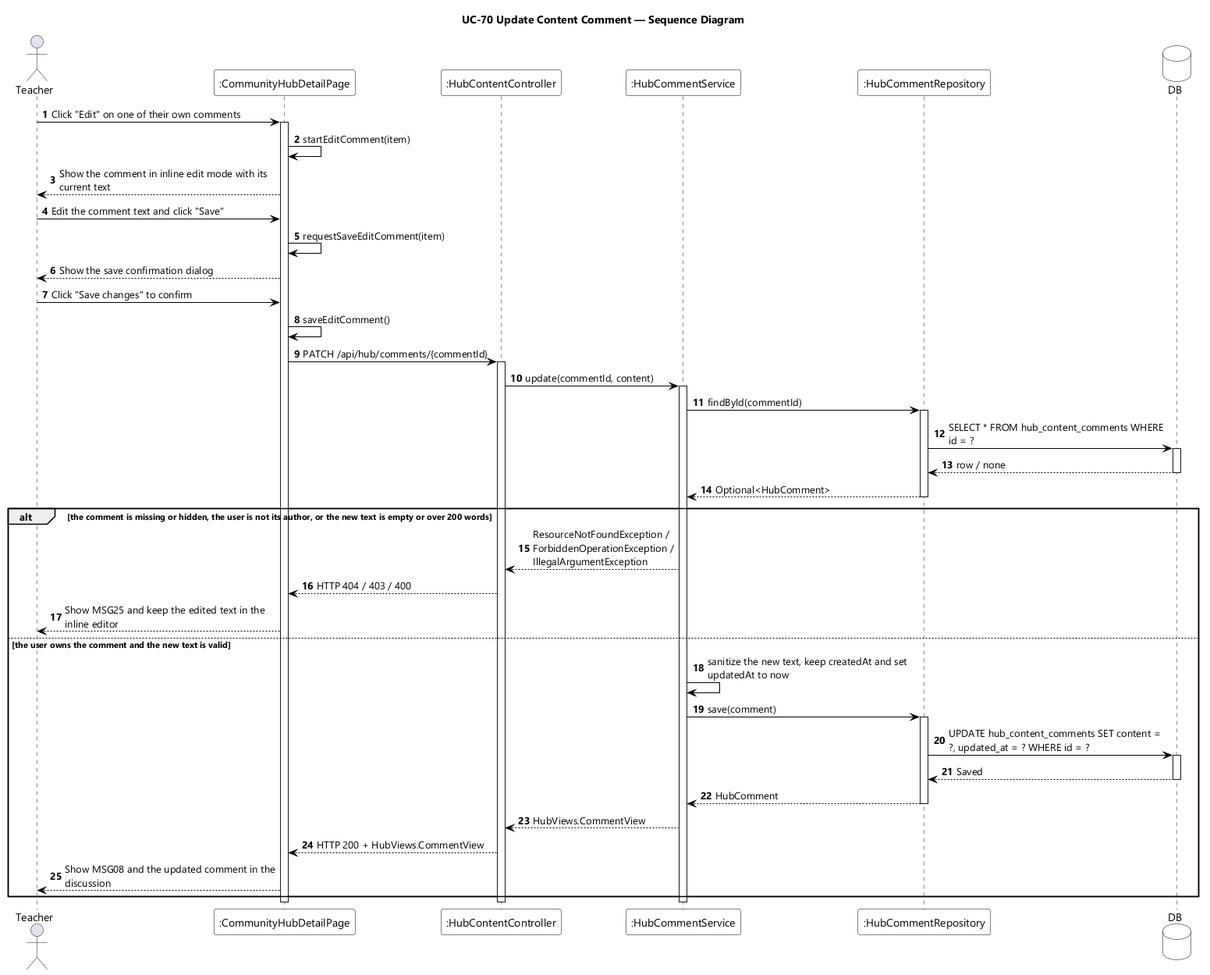
This is designs/sds-diagrams/uc70/uc70-sequence-diagram.png from EduA-system/EduA-system, a PlantUML export, as it was before one commit. Source of this version:
```plantuml
@startuml UC-70 Update Content Comment - Sequence Diagram
skinparamlocked dpi 96
skinparam defaultFontName "Segoe UI"
skinparam shadowing false
skinparam ParticipantBackgroundColor #FFFFFF
skinparam ParticipantBorderColor #000000
skinparam DatabaseBackgroundColor #FFFFFF
skinparam DatabaseBorderColor #000000
skinparam ArrowColor #000000
skinparam sequenceMessageAlign left
skinparam maxMessageSize 280
title UC-70 Update Content Comment — Sequence Diagram

actor Teacher
participant ":CommunityHubDetailPage" as UI
participant ":HubContentController" as CTL
participant ":HubCommentService" as SVC
participant ":HubCommentRepository" as REPO
database DB

autonumber
Teacher -> UI : Click "Edit" on one of their own comments
activate UI
UI -> UI : startEditComment(item)
UI --> Teacher : Show the comment in inline edit mode with its current text
Teacher -> UI : Edit the comment text and click "Save"
UI -> UI : requestSaveEditComment(item)
UI --> Teacher : Show the save confirmation dialog
Teacher -> UI : Click "Save changes" to confirm
UI -> UI : saveEditComment()
UI -> CTL : PATCH /api/hub/comments/{commentId}
activate CTL
CTL -> SVC : update(commentId, content)
activate SVC

SVC -> REPO : findById(commentId)
activate REPO
REPO -> DB : SELECT * FROM hub_content_comments WHERE id = ?
activate DB
DB --> REPO : row / none
deactivate DB
REPO --> SVC : Optional<HubComment>
deactivate REPO

alt the comment is missing or hidden, the user is not its author, or the new text is empty or over 200 words
  SVC --> CTL : ResourceNotFoundException / ForbiddenOperationException / IllegalArgumentException
  CTL --> UI : HTTP 404 / 403 / 400
  UI --> Teacher : Show MSG25 and keep the edited text in the inline editor

else the user owns the comment and the new text is valid
  SVC -> SVC : sanitize the new text, keep createdAt and set updatedAt to now
  SVC -> REPO : save(comment)
  activate REPO
  REPO -> DB : UPDATE hub_content_comments SET content = ?, updated_at = ? WHERE id = ?
  activate DB
  DB --> REPO : Saved
  deactivate DB
  REPO --> SVC : HubComment
  deactivate REPO
  SVC --> CTL : HubViews.CommentView
  CTL --> UI : HTTP 200 + HubViews.CommentView
  UI --> Teacher : Show MSG08 and the updated comment in the discussion
end

deactivate SVC
deactivate CTL
deactivate UI
@enduml
```
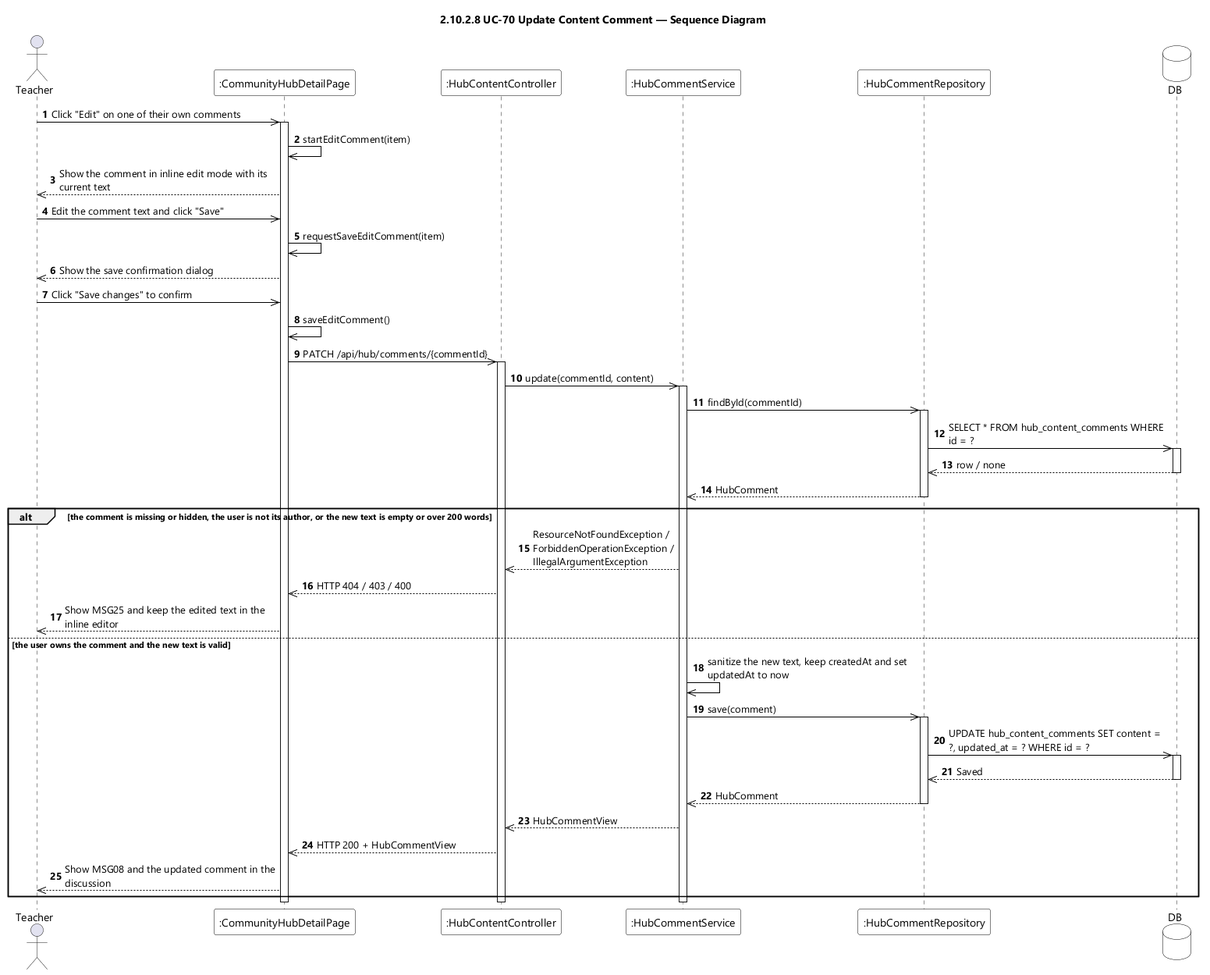
Above is the later version.

Diff of the diagram source:
```diff
@@ -9,7 +9,7 @@
 skinparam ArrowColor #000000
 skinparam sequenceMessageAlign left
 skinparam maxMessageSize 280
-title UC-70 Update Content Comment — Sequence Diagram
+title 2.10.2.8 UC-70 Update Content Comment — Sequence Diagram
 
 actor Teacher
 participant ":CommunityHubDetailPage" as UI
@@ -19,47 +19,47 @@
 database DB
 
 autonumber
-Teacher -> UI : Click "Edit" on one of their own comments
+Teacher ->> UI : Click "Edit" on one of their own comments
 activate UI
-UI -> UI : startEditComment(item)
-UI --> Teacher : Show the comment in inline edit mode with its current text
-Teacher -> UI : Edit the comment text and click "Save"
-UI -> UI : requestSaveEditComment(item)
-UI --> Teacher : Show the save confirmation dialog
-Teacher -> UI : Click "Save changes" to confirm
-UI -> UI : saveEditComment()
-UI -> CTL : PATCH /api/hub/comments/{commentId}
+UI ->> UI : startEditComment(item)
+UI -->> Teacher : Show the comment in inline edit mode with its current text
+Teacher ->> UI : Edit the comment text and click "Save"
+UI ->> UI : requestSaveEditComment(item)
+UI -->> Teacher : Show the save confirmation dialog
+Teacher ->> UI : Click "Save changes" to confirm
+UI ->> UI : saveEditComment()
+UI ->> CTL : PATCH /api/hub/comments/{commentId}
 activate CTL
-CTL -> SVC : update(commentId, content)
+CTL ->> SVC : update(commentId, content)
 activate SVC
 
-SVC -> REPO : findById(commentId)
+SVC ->> REPO : findById(commentId)
 activate REPO
-REPO -> DB : SELECT * FROM hub_content_comments WHERE id = ?
+REPO ->> DB : SELECT * FROM hub_content_comments WHERE id = ?
 activate DB
-DB --> REPO : row / none
+DB -->> REPO : row / none
 deactivate DB
-REPO --> SVC : Optional<HubComment>
+REPO -->> SVC : HubComment
 deactivate REPO
 
 alt the comment is missing or hidden, the user is not its author, or the new text is empty or over 200 words
-  SVC --> CTL : ResourceNotFoundException / ForbiddenOperationException / IllegalArgumentException
-  CTL --> UI : HTTP 404 / 403 / 400
-  UI --> Teacher : Show MSG25 and keep the edited text in the inline editor
+  SVC -->> CTL : ResourceNotFoundException / ForbiddenOperationException / IllegalArgumentException
+  CTL -->> UI : HTTP 404 / 403 / 400
+  UI -->> Teacher : Show MSG25 and keep the edited text in the inline editor
 
 else the user owns the comment and the new text is valid
-  SVC -> SVC : sanitize the new text, keep createdAt and set updatedAt to now
-  SVC -> REPO : save(comment)
+  SVC ->> SVC : sanitize the new text, keep createdAt and set updatedAt to now
+  SVC ->> REPO : save(comment)
   activate REPO
-  REPO -> DB : UPDATE hub_content_comments SET content = ?, updated_at = ? WHERE id = ?
+  REPO ->> DB : UPDATE hub_content_comments SET content = ?, updated_at = ? WHERE id = ?
   activate DB
-  DB --> REPO : Saved
+  DB -->> REPO : Saved
   deactivate DB
-  REPO --> SVC : HubComment
+  REPO -->> SVC : HubComment
   deactivate REPO
-  SVC --> CTL : HubViews.CommentView
-  CTL --> UI : HTTP 200 + HubViews.CommentView
-  UI --> Teacher : Show MSG08 and the updated comment in the discussion
+  SVC -->> CTL : HubCommentView
+  CTL -->> UI : HTTP 200 + HubCommentView
+  UI -->> Teacher : Show MSG08 and the updated comment in the discussion
 end
 
 deactivate SVC
```
